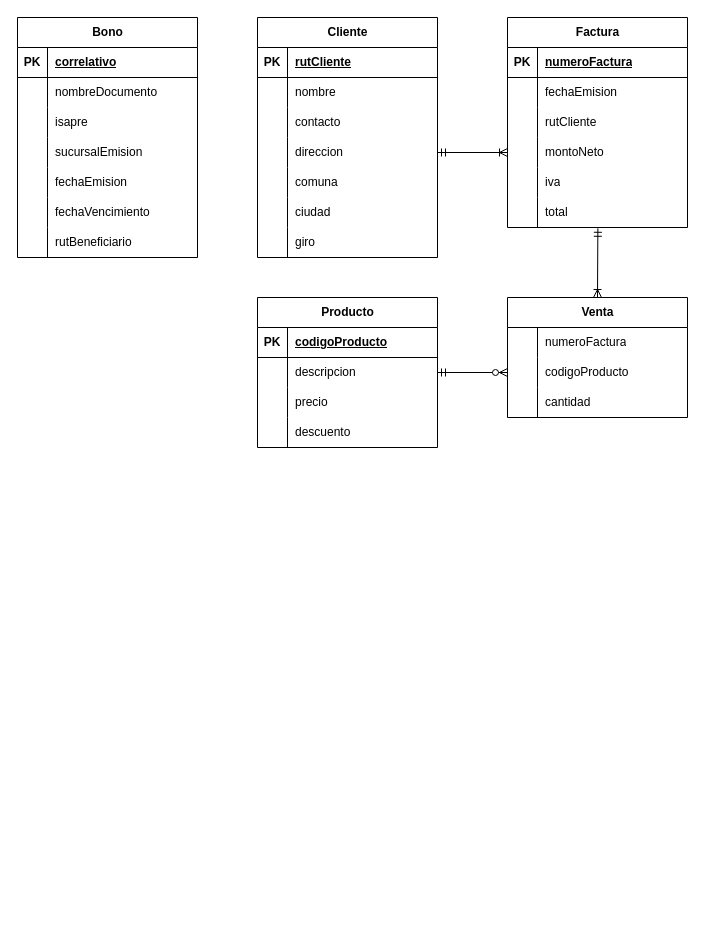
Earlier version of the draw.io diagram tarea22.drawio (C-bastian-compila/diagrams.net). Source tidied: cells renumbered, new cells numbered last; positions are measured from the earlier drawing's top-left corner, leaving out a move shared by most shapes. Both pictures are drawn from the tidied source at 100%, with x=0, y=0 at pixel (17, 17).
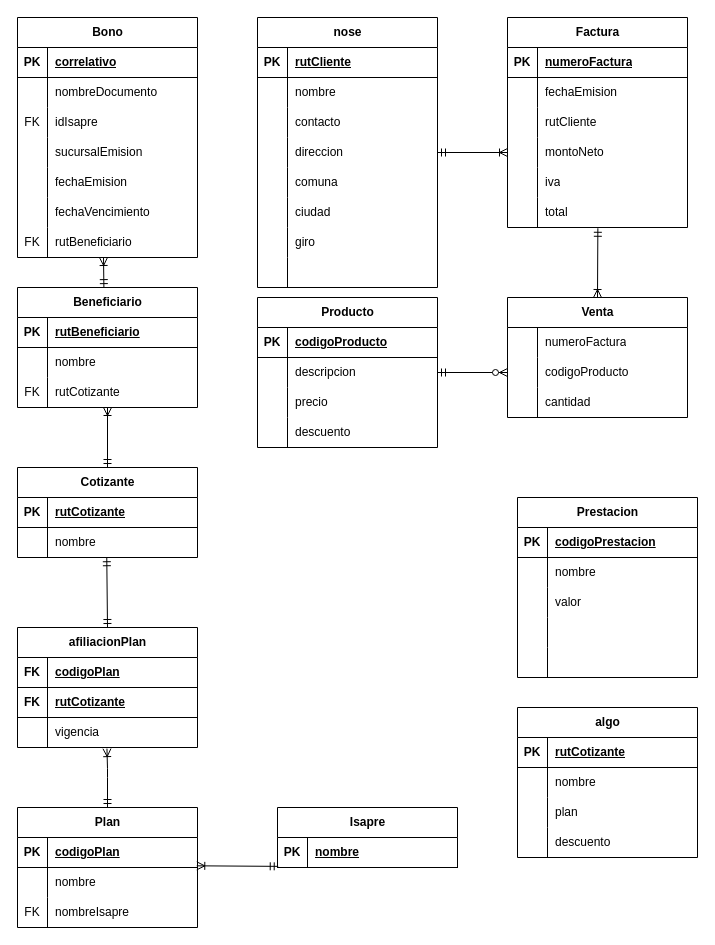
After the change.

The change refers to these unchanged cells:
```xml
<mxCell id="76" style="shape=tableRow;horizontal=0;startSize=0;swimlaneHead=0;swimlaneBody=0;fillColor=none;top=0;left=0;right=0;bottom=0;" parent="69" vertex="1">
  <mxGeometry y="90" width="180" height="30" as="geometry" />
</mxCell>
<mxCell id="88" style="shape=tableRow;horizontal=0;startSize=0;swimlaneHead=0;swimlaneBody=0;fillColor=none;top=0;left=0;right=0;bottom=0;" parent="69" vertex="1">
  <mxGeometry y="210" width="180" height="30" as="geometry" />
</mxCell>
```

Diff of the diagram source:
```diff
@@
-    <mxCell id="31" value="Cliente" style="shape=table;startSize=30;childLayout=tableLayout;rowLines=0;fontStyle=1;align=center;html=1;" parent="1" vertex="1">
-      <mxGeometry x="240" width="180" height="240" as="geometry" />
+    <mxCell id="31" value="nose" style="shape=table;startSize=30;childLayout=tableLayout;rowLines=0;fontStyle=1;align=center;html=1;" parent="1" vertex="1">
+      <mxGeometry x="240" width="180" height="270" as="geometry" />
     </mxCell>
@@
+    <mxCell id="91" style="shape=tableRow;horizontal=0;startSize=0;swimlaneHead=0;swimlaneBody=0;fillColor=none;top=0;left=0;right=0;bottom=0;" parent="31" vertex="1">
+      <mxGeometry y="240" width="180" height="30" as="geometry" />
+    </mxCell>
+    <mxCell id="92" style="shape=partialRectangle;fillColor=none;top=0;left=0;bottom=0;right=0;overflow=hidden;whiteSpace=wrap;html=1;" parent="91" vertex="1">
+      <mxGeometry width="30" height="30" as="geometry" />
+    </mxCell>
+    <mxCell id="93" style="shape=partialRectangle;fillColor=none;top=0;left=0;bottom=0;right=0;align=left;spacingLeft=6;overflow=hidden;whiteSpace=wrap;html=1;" parent="91" vertex="1">
+      <mxGeometry x="30" width="150" height="30" as="geometry" />
+    </mxCell>
@@
-    <mxCell id="77" style="shape=partialRectangle;fillColor=none;top=0;left=0;bottom=0;right=0;overflow=hidden;whiteSpace=wrap;html=1;" parent="76" vertex="1">
+    <mxCell id="77" value="FK" style="shape=partialRectangle;fillColor=none;top=0;left=0;bottom=0;right=0;overflow=hidden;whiteSpace=wrap;html=1;" parent="76" vertex="1">
       <mxGeometry width="30" height="30" as="geometry" />
     </mxCell>
-    <mxCell id="78" value="isapre" style="shape=partialRectangle;fillColor=none;top=0;left=0;bottom=0;right=0;align=left;spacingLeft=6;overflow=hidden;whiteSpace=wrap;html=1;" parent="76" vertex="1">
+    <mxCell id="78" value="idIsapre" style="shape=partialRectangle;fillColor=none;top=0;left=0;bottom=0;right=0;align=left;spacingLeft=6;overflow=hidden;whiteSpace=wrap;html=1;" parent="76" vertex="1">
       <mxGeometry x="30" width="150" height="30" as="geometry" />
     </mxCell>
@@
-    <mxCell id="89" style="shape=partialRectangle;fillColor=none;top=0;left=0;bottom=0;right=0;overflow=hidden;whiteSpace=wrap;html=1;" parent="88" vertex="1">
+    <mxCell id="89" value="FK" style="shape=partialRectangle;fillColor=none;top=0;left=0;bottom=0;right=0;overflow=hidden;whiteSpace=wrap;html=1;" parent="88" vertex="1">
       <mxGeometry width="30" height="30" as="geometry" />
     </mxCell>
@@
+    <mxCell id="94" value="Prestacion" style="shape=table;startSize=30;childLayout=tableLayout;rowLines=0;fontStyle=1;align=center;html=1;" parent="1" vertex="1">
+      <mxGeometry x="500" y="480" width="180" height="180" as="geometry" />
+    </mxCell>
+    <mxCell id="95" style="shape=tableRow;horizontal=0;startSize=0;swimlaneHead=0;swimlaneBody=0;fillColor=none;top=0;left=0;right=0;bottom=1;" parent="94" vertex="1">
+      <mxGeometry y="30" width="180" height="30" as="geometry" />
+    </mxCell>
+    <mxCell id="96" value="PK" style="shape=partialRectangle;fillColor=none;top=0;left=0;bottom=0;right=0;fontStyle=1;overflow=hidden;whiteSpace=wrap;html=1;" parent="95" vertex="1">
+      <mxGeometry width="30" height="30" as="geometry" />
+    </mxCell>
+    <mxCell id="97" value="codigoPrestacion" style="shape=partialRectangle;fillColor=none;top=0;left=0;bottom=0;right=0;align=left;spacingLeft=6;fontStyle=5;overflow=hidden;whiteSpace=wrap;html=1;" parent="95" vertex="1">
+      <mxGeometry x="30" width="150" height="30" as="geometry" />
+    </mxCell>
+    <mxCell id="98" style="shape=tableRow;horizontal=0;startSize=0;swimlaneHead=0;swimlaneBody=0;fillColor=none;top=0;left=0;right=0;bottom=0;" parent="94" vertex="1">
+      <mxGeometry y="60" width="180" height="30" as="geometry" />
+    </mxCell>
+    <mxCell id="99" style="shape=partialRectangle;fillColor=none;top=0;left=0;bottom=0;right=0;overflow=hidden;whiteSpace=wrap;html=1;" parent="98" vertex="1">
+      <mxGeometry width="30" height="30" as="geometry" />
+    </mxCell>
+    <mxCell id="100" value="nombre" style="shape=partialRectangle;fillColor=none;top=0;left=0;bottom=0;right=0;align=left;spacingLeft=6;overflow=hidden;whiteSpace=wrap;html=1;" parent="98" vertex="1">
+      <mxGeometry x="30" width="150" height="30" as="geometry" />
+    </mxCell>
+    <mxCell id="101" style="shape=tableRow;horizontal=0;startSize=0;swimlaneHead=0;swimlaneBody=0;fillColor=none;top=0;left=0;right=0;bottom=0;" parent="94" vertex="1">
+      <mxGeometry y="90" width="180" height="30" as="geometry" />
+    </mxCell>
+    <mxCell id="102" style="shape=partialRectangle;fillColor=none;top=0;left=0;bottom=0;right=0;overflow=hidden;whiteSpace=wrap;html=1;" parent="101" vertex="1">
+      <mxGeometry width="30" height="30" as="geometry" />
+    </mxCell>
+    <mxCell id="103" value="valor" style="shape=partialRectangle;fillColor=none;top=0;left=0;bottom=0;right=0;align=left;spacingLeft=6;overflow=hidden;whiteSpace=wrap;html=1;" parent="101" vertex="1">
+      <mxGeometry x="30" width="150" height="30" as="geometry" />
+    </mxCell>
+    <mxCell id="104" style="shape=tableRow;horizontal=0;startSize=0;swimlaneHead=0;swimlaneBody=0;fillColor=none;top=0;left=0;right=0;bottom=0;" parent="94" vertex="1">
+      <mxGeometry y="120" width="180" height="30" as="geometry" />
+    </mxCell>
+    <mxCell id="105" style="shape=partialRectangle;fillColor=none;top=0;left=0;bottom=0;right=0;overflow=hidden;whiteSpace=wrap;html=1;" parent="104" vertex="1">
+      <mxGeometry width="30" height="30" as="geometry" />
+    </mxCell>
+    <mxCell id="106" style="shape=partialRectangle;fillColor=none;top=0;left=0;bottom=0;right=0;align=left;spacingLeft=6;overflow=hidden;whiteSpace=wrap;html=1;" parent="104" vertex="1">
+      <mxGeometry x="30" width="150" height="30" as="geometry" />
+    </mxCell>
+    <mxCell id="107" style="shape=tableRow;horizontal=0;startSize=0;swimlaneHead=0;swimlaneBody=0;fillColor=none;top=0;left=0;right=0;bottom=0;" parent="94" vertex="1">
+      <mxGeometry y="150" width="180" height="30" as="geometry" />
+    </mxCell>
+    <mxCell id="108" style="shape=partialRectangle;fillColor=none;top=0;left=0;bottom=0;right=0;overflow=hidden;whiteSpace=wrap;html=1;" parent="107" vertex="1">
+      <mxGeometry width="30" height="30" as="geometry" />
+    </mxCell>
+    <mxCell id="109" style="shape=partialRectangle;fillColor=none;top=0;left=0;bottom=0;right=0;align=left;spacingLeft=6;overflow=hidden;whiteSpace=wrap;html=1;" parent="107" vertex="1">
+      <mxGeometry x="30" width="150" height="30" as="geometry" />
+    </mxCell>
+    <mxCell id="110" value="Isapre" style="shape=table;startSize=30;childLayout=tableLayout;rowLines=0;fontStyle=1;align=center;html=1;" parent="1" vertex="1">
+      <mxGeometry x="260" y="790" width="180" height="60" as="geometry" />
+    </mxCell>
+    <mxCell id="111" style="shape=tableRow;horizontal=0;startSize=0;swimlaneHead=0;swimlaneBody=0;fillColor=none;points=[[0,0.5],[1,0.5]];portConstraint=eastwest;top=0;left=0;right=0;bottom=1;" parent="110" vertex="1">
+      <mxGeometry y="30" width="180" height="30" as="geometry" />
+    </mxCell>
+    <mxCell id="112" value="PK" style="shape=partialRectangle;fillColor=none;top=0;left=0;bottom=0;right=0;fontStyle=1;overflow=hidden;whiteSpace=wrap;html=1;" parent="111" vertex="1">
+      <mxGeometry width="30" height="30" as="geometry" />
+    </mxCell>
+    <mxCell id="113" value="nombre" style="shape=partialRectangle;fillColor=none;top=0;left=0;bottom=0;right=0;align=left;spacingLeft=6;fontStyle=5;overflow=hidden;whiteSpace=wrap;html=1;" parent="111" vertex="1">
+      <mxGeometry x="30" width="150" height="30" as="geometry" />
+    </mxCell>
+    <mxCell id="114" value="Cotizante" style="shape=table;startSize=30;childLayout=tableLayout;rowLines=0;fontStyle=1;align=center;html=1;" parent="1" vertex="1">
+      <mxGeometry y="450" width="180" height="90" as="geometry" />
+    </mxCell>
+    <mxCell id="115" style="shape=tableRow;horizontal=0;startSize=0;swimlaneHead=0;swimlaneBody=0;fillColor=none;top=0;left=0;right=0;bottom=1;" parent="114" vertex="1">
+      <mxGeometry y="30" width="180" height="30" as="geometry" />
+    </mxCell>
+    <mxCell id="116" value="PK" style="shape=partialRectangle;fillColor=none;top=0;left=0;bottom=0;right=0;fontStyle=1;overflow=hidden;whiteSpace=wrap;html=1;" parent="115" vertex="1">
+      <mxGeometry width="30" height="30" as="geometry" />
+    </mxCell>
+    <mxCell id="117" value="rutCotizante" style="shape=partialRectangle;fillColor=none;top=0;left=0;bottom=0;right=0;align=left;spacingLeft=6;fontStyle=5;overflow=hidden;whiteSpace=wrap;html=1;" parent="115" vertex="1">
+      <mxGeometry x="30" width="150" height="30" as="geometry" />
+    </mxCell>
+    <mxCell id="118" style="shape=tableRow;horizontal=0;startSize=0;swimlaneHead=0;swimlaneBody=0;fillColor=none;points=[[0,0.5],[1,0.5]];portConstraint=eastwest;top=0;left=0;right=0;bottom=0;" parent="114" vertex="1">
+      <mxGeometry y="60" width="180" height="30" as="geometry" />
+    </mxCell>
+    <mxCell id="119" style="shape=partialRectangle;fillColor=none;top=0;left=0;bottom=0;right=0;overflow=hidden;whiteSpace=wrap;html=1;" parent="118" vertex="1">
+      <mxGeometry width="30" height="30" as="geometry" />
+    </mxCell>
+    <mxCell id="120" value="nombre" style="shape=partialRectangle;fillColor=none;top=0;left=0;bottom=0;right=0;align=left;spacingLeft=6;overflow=hidden;whiteSpace=wrap;html=1;" parent="118" vertex="1">
+      <mxGeometry x="30" width="150" height="30" as="geometry" />
+    </mxCell>
+    <mxCell id="121" value="algo" style="shape=table;startSize=30;childLayout=tableLayout;rowLines=0;fontStyle=1;align=center;html=1;" parent="1" vertex="1">
+      <mxGeometry x="500" y="690" width="180" height="150" as="geometry" />
+    </mxCell>
+    <mxCell id="122" style="shape=tableRow;horizontal=0;startSize=0;swimlaneHead=0;swimlaneBody=0;fillColor=none;top=0;left=0;right=0;bottom=1;" parent="121" vertex="1">
+      <mxGeometry y="30" width="180" height="30" as="geometry" />
+    </mxCell>
+    <mxCell id="123" value="PK" style="shape=partialRectangle;fillColor=none;top=0;left=0;bottom=0;right=0;fontStyle=1;overflow=hidden;whiteSpace=wrap;html=1;" parent="122" vertex="1">
+      <mxGeometry width="30" height="30" as="geometry" />
+    </mxCell>
+    <mxCell id="124" value="rutCotizante" style="shape=partialRectangle;fillColor=none;top=0;left=0;bottom=0;right=0;align=left;spacingLeft=6;fontStyle=5;overflow=hidden;whiteSpace=wrap;html=1;" parent="122" vertex="1">
+      <mxGeometry x="30" width="150" height="30" as="geometry" />
+    </mxCell>
+    <mxCell id="125" style="shape=tableRow;horizontal=0;startSize=0;swimlaneHead=0;swimlaneBody=0;fillColor=none;top=0;left=0;right=0;bottom=0;" parent="121" vertex="1">
+      <mxGeometry y="60" width="180" height="30" as="geometry" />
+    </mxCell>
+    <mxCell id="126" style="shape=partialRectangle;fillColor=none;top=0;left=0;bottom=0;right=0;overflow=hidden;whiteSpace=wrap;html=1;" parent="125" vertex="1">
+      <mxGeometry width="30" height="30" as="geometry" />
+    </mxCell>
+    <mxCell id="127" value="nombre" style="shape=partialRectangle;fillColor=none;top=0;left=0;bottom=0;right=0;align=left;spacingLeft=6;overflow=hidden;whiteSpace=wrap;html=1;" parent="125" vertex="1">
+      <mxGeometry x="30" width="150" height="30" as="geometry" />
+    </mxCell>
+    <mxCell id="128" style="shape=tableRow;horizontal=0;startSize=0;swimlaneHead=0;swimlaneBody=0;fillColor=none;top=0;left=0;right=0;bottom=0;" parent="121" vertex="1">
+      <mxGeometry y="90" width="180" height="30" as="geometry" />
+    </mxCell>
+    <mxCell id="129" style="shape=partialRectangle;fillColor=none;top=0;left=0;bottom=0;right=0;overflow=hidden;whiteSpace=wrap;html=1;" parent="128" vertex="1">
+      <mxGeometry width="30" height="30" as="geometry" />
+    </mxCell>
+    <mxCell id="130" value="plan" style="shape=partialRectangle;fillColor=none;top=0;left=0;bottom=0;right=0;align=left;spacingLeft=6;overflow=hidden;whiteSpace=wrap;html=1;" parent="128" vertex="1">
+      <mxGeometry x="30" width="150" height="30" as="geometry" />
+    </mxCell>
+    <mxCell id="131" style="shape=tableRow;horizontal=0;startSize=0;swimlaneHead=0;swimlaneBody=0;fillColor=none;top=0;left=0;right=0;bottom=0;" parent="121" vertex="1">
+      <mxGeometry y="120" width="180" height="30" as="geometry" />
+    </mxCell>
+    <mxCell id="132" style="shape=partialRectangle;fillColor=none;top=0;left=0;bottom=0;right=0;overflow=hidden;whiteSpace=wrap;html=1;" parent="131" vertex="1">
+      <mxGeometry width="30" height="30" as="geometry" />
+    </mxCell>
+    <mxCell id="133" value="descuento" style="shape=partialRectangle;fillColor=none;top=0;left=0;bottom=0;right=0;align=left;spacingLeft=6;overflow=hidden;whiteSpace=wrap;html=1;" parent="131" vertex="1">
+      <mxGeometry x="30" width="150" height="30" as="geometry" />
+    </mxCell>
+    <mxCell id="134" value="Plan" style="shape=table;startSize=30;childLayout=tableLayout;rowLines=0;fontStyle=1;align=center;html=1;" parent="1" vertex="1">
+      <mxGeometry y="790" width="180" height="120" as="geometry" />
+    </mxCell>
+    <mxCell id="135" style="shape=tableRow;horizontal=0;startSize=0;swimlaneHead=0;swimlaneBody=0;fillColor=none;points=[[0,0.5],[1,0.5]];portConstraint=eastwest;top=0;left=0;right=0;bottom=1;" parent="134" vertex="1">
+      <mxGeometry y="30" width="180" height="30" as="geometry" />
+    </mxCell>
+    <mxCell id="136" value="PK" style="shape=partialRectangle;fillColor=none;top=0;left=0;bottom=0;right=0;fontStyle=1;overflow=hidden;whiteSpace=wrap;html=1;" parent="135" vertex="1">
+      <mxGeometry width="30" height="30" as="geometry" />
+    </mxCell>
+    <mxCell id="137" value="codigoPlan" style="shape=partialRectangle;fillColor=none;top=0;left=0;bottom=0;right=0;align=left;spacingLeft=6;fontStyle=5;overflow=hidden;whiteSpace=wrap;html=1;" parent="135" vertex="1">
+      <mxGeometry x="30" width="150" height="30" as="geometry" />
+    </mxCell>
+    <mxCell id="138" style="shape=tableRow;horizontal=0;startSize=0;swimlaneHead=0;swimlaneBody=0;fillColor=none;top=0;left=0;right=0;bottom=0;" parent="134" vertex="1">
+      <mxGeometry y="60" width="180" height="30" as="geometry" />
+    </mxCell>
+    <mxCell id="139" style="shape=partialRectangle;fillColor=none;top=0;left=0;bottom=0;right=0;overflow=hidden;whiteSpace=wrap;html=1;" parent="138" vertex="1">
+      <mxGeometry width="30" height="30" as="geometry" />
+    </mxCell>
+    <mxCell id="140" value="nombre" style="shape=partialRectangle;fillColor=none;top=0;left=0;bottom=0;right=0;align=left;spacingLeft=6;overflow=hidden;whiteSpace=wrap;html=1;" parent="138" vertex="1">
+      <mxGeometry x="30" width="150" height="30" as="geometry" />
+    </mxCell>
+    <mxCell id="141" style="shape=tableRow;horizontal=0;startSize=0;swimlaneHead=0;swimlaneBody=0;fillColor=none;top=0;left=0;right=0;bottom=0;" parent="134" vertex="1">
+      <mxGeometry y="90" width="180" height="30" as="geometry" />
+    </mxCell>
+    <mxCell id="142" value="FK" style="shape=partialRectangle;fillColor=none;top=0;left=0;bottom=0;right=0;overflow=hidden;whiteSpace=wrap;html=1;" parent="141" vertex="1">
+      <mxGeometry width="30" height="30" as="geometry" />
+    </mxCell>
+    <mxCell id="143" value="nombreIsapre" style="shape=partialRectangle;fillColor=none;top=0;left=0;bottom=0;right=0;align=left;spacingLeft=6;overflow=hidden;whiteSpace=wrap;html=1;" parent="141" vertex="1">
+      <mxGeometry x="30" width="150" height="30" as="geometry" />
+    </mxCell>
+    <mxCell id="144" value="Beneficiario" style="shape=table;startSize=30;childLayout=tableLayout;rowLines=0;fontStyle=1;align=center;html=1;" parent="1" vertex="1">
+      <mxGeometry y="270" width="180" height="120" as="geometry" />
+    </mxCell>
+    <mxCell id="145" style="shape=tableRow;horizontal=0;startSize=0;swimlaneHead=0;swimlaneBody=0;fillColor=none;top=0;left=0;right=0;bottom=1;" parent="144" vertex="1">
+      <mxGeometry y="30" width="180" height="30" as="geometry" />
+    </mxCell>
+    <mxCell id="146" value="PK" style="shape=partialRectangle;fillColor=none;top=0;left=0;bottom=0;right=0;fontStyle=1;overflow=hidden;whiteSpace=wrap;html=1;" parent="145" vertex="1">
+      <mxGeometry width="30" height="30" as="geometry" />
+    </mxCell>
+    <mxCell id="147" value="rutBeneficiario" style="shape=partialRectangle;fillColor=none;top=0;left=0;bottom=0;right=0;align=left;spacingLeft=6;fontStyle=5;overflow=hidden;whiteSpace=wrap;html=1;" parent="145" vertex="1">
+      <mxGeometry x="30" width="150" height="30" as="geometry" />
+    </mxCell>
+    <mxCell id="148" style="shape=tableRow;horizontal=0;startSize=0;swimlaneHead=0;swimlaneBody=0;fillColor=none;top=0;left=0;right=0;bottom=0;" parent="144" vertex="1">
+      <mxGeometry y="60" width="180" height="30" as="geometry" />
+    </mxCell>
+    <mxCell id="149" style="shape=partialRectangle;fillColor=none;top=0;left=0;bottom=0;right=0;overflow=hidden;whiteSpace=wrap;html=1;" parent="148" vertex="1">
+      <mxGeometry width="30" height="30" as="geometry" />
+    </mxCell>
+    <mxCell id="150" value="nombre" style="shape=partialRectangle;fillColor=none;top=0;left=0;bottom=0;right=0;align=left;spacingLeft=6;overflow=hidden;whiteSpace=wrap;html=1;" parent="148" vertex="1">
+      <mxGeometry x="30" width="150" height="30" as="geometry" />
+    </mxCell>
+    <mxCell id="151" style="shape=tableRow;horizontal=0;startSize=0;swimlaneHead=0;swimlaneBody=0;fillColor=none;points=[[0,0.5],[1,0.5]];portConstraint=eastwest;top=0;left=0;right=0;bottom=0;" parent="144" vertex="1">
+      <mxGeometry y="90" width="180" height="30" as="geometry" />
+    </mxCell>
+    <mxCell id="152" value="FK" style="shape=partialRectangle;fillColor=none;top=0;left=0;bottom=0;right=0;overflow=hidden;whiteSpace=wrap;html=1;" parent="151" vertex="1">
+      <mxGeometry width="30" height="30" as="geometry" />
+    </mxCell>
+    <mxCell id="153" value="rutCotizante" style="shape=partialRectangle;fillColor=none;top=0;left=0;bottom=0;right=0;align=left;spacingLeft=6;overflow=hidden;whiteSpace=wrap;html=1;" parent="151" vertex="1">
+      <mxGeometry x="30" width="150" height="30" as="geometry" />
+    </mxCell>
+    <mxCell id="154" style="fontSize=12;html=1;endArrow=ERoneToMany;startArrow=ERmandOne;rounded=0;exitX=0.48;exitY=0.001;exitDx=0;exitDy=0;exitPerimeter=0;" parent="1" edge="1" source="144">
+      <mxGeometry relative="1" as="geometry">
+        <mxPoint x="86" y="240" as="targetPoint" />
+      </mxGeometry>
+    </mxCell>
+    <mxCell id="155" style="fontSize=12;html=1;endArrow=ERoneToMany;startArrow=ERmandOne;rounded=0;exitX=0.5;exitY=0;exitDx=0;exitDy=0;" parent="1" edge="1" source="114" target="151">
+      <mxGeometry relative="1" as="geometry" />
+    </mxCell>
+    <mxCell id="156" value="afiliacionPlan" style="shape=table;startSize=30;childLayout=tableLayout;rowLines=0;fontStyle=1;align=center;html=1;" parent="1" vertex="1">
+      <mxGeometry y="610" width="180" height="120" as="geometry" />
+    </mxCell>
+    <mxCell id="157" style="shape=tableRow;horizontal=0;startSize=0;swimlaneHead=0;swimlaneBody=0;fillColor=none;top=0;left=0;right=0;bottom=1;" parent="156" vertex="1">
+      <mxGeometry y="30" width="180" height="30" as="geometry" />
+    </mxCell>
+    <mxCell id="158" value="FK" style="shape=partialRectangle;fillColor=none;top=0;left=0;bottom=0;right=0;fontStyle=1;overflow=hidden;whiteSpace=wrap;html=1;" parent="157" vertex="1">
+      <mxGeometry width="30" height="30" as="geometry" />
+    </mxCell>
+    <mxCell id="159" value="codigoPlan" style="shape=partialRectangle;fillColor=none;top=0;left=0;bottom=0;right=0;align=left;spacingLeft=6;fontStyle=5;overflow=hidden;whiteSpace=wrap;html=1;" parent="157" vertex="1">
+      <mxGeometry x="30" width="150" height="30" as="geometry" />
+    </mxCell>
+    <mxCell id="160" style="shape=tableRow;horizontal=0;startSize=0;swimlaneHead=0;swimlaneBody=0;fillColor=none;top=0;left=0;right=0;bottom=1;" parent="156" vertex="1">
+      <mxGeometry y="60" width="180" height="30" as="geometry" />
+    </mxCell>
+    <mxCell id="161" value="FK" style="shape=partialRectangle;fillColor=none;top=0;left=0;bottom=0;right=0;fontStyle=1;overflow=hidden;whiteSpace=wrap;html=1;" parent="160" vertex="1">
+      <mxGeometry width="30" height="30" as="geometry" />
+    </mxCell>
+    <mxCell id="162" value="rutCotizante" style="shape=partialRectangle;fillColor=none;top=0;left=0;bottom=0;right=0;align=left;spacingLeft=6;fontStyle=5;overflow=hidden;whiteSpace=wrap;html=1;" parent="160" vertex="1">
+      <mxGeometry x="30" width="150" height="30" as="geometry" />
+    </mxCell>
+    <mxCell id="163" style="shape=tableRow;horizontal=0;startSize=0;swimlaneHead=0;swimlaneBody=0;fillColor=none;points=[[0,0.5],[1,0.5]];portConstraint=eastwest;top=0;left=0;right=0;bottom=0;" parent="156" vertex="1">
+      <mxGeometry y="90" width="180" height="30" as="geometry" />
+    </mxCell>
+    <mxCell id="164" style="shape=partialRectangle;fillColor=none;top=0;left=0;bottom=0;right=0;overflow=hidden;whiteSpace=wrap;html=1;" parent="163" vertex="1">
+      <mxGeometry width="30" height="30" as="geometry" />
+    </mxCell>
+    <mxCell id="165" value="vigencia" style="shape=partialRectangle;fillColor=none;top=0;left=0;bottom=0;right=0;align=left;spacingLeft=6;overflow=hidden;whiteSpace=wrap;html=1;" parent="163" vertex="1">
+      <mxGeometry x="30" width="150" height="30" as="geometry" />
+    </mxCell>
+    <mxCell id="166" style="fontSize=12;html=1;endArrow=ERoneToMany;startArrow=ERmandOne;rounded=0;exitX=0.5;exitY=0;exitDx=0;exitDy=0;entryX=0.497;entryY=1.037;entryDx=0;entryDy=0;entryPerimeter=0;" parent="1" edge="1" source="134" target="163">
+      <mxGeometry relative="1" as="geometry">
+        <Array as="points">
+          <mxPoint x="90" y="760" />
+          <mxPoint x="90" y="751" />
+        </Array>
+      </mxGeometry>
+    </mxCell>
+    <mxCell id="167" style="fontSize=12;html=1;endArrow=ERmandOne;startArrow=ERmandOne;rounded=0;entryX=0.5;entryY=0;entryDx=0;entryDy=0;exitX=0.496;exitY=1.008;exitDx=0;exitDy=0;exitPerimeter=0;" parent="1" edge="1" source="118" target="156">
+      <mxGeometry relative="1" as="geometry" />
+    </mxCell>
+    <mxCell id="168" style="fontSize=12;html=1;endArrow=ERoneToMany;startArrow=ERmandOne;rounded=0;entryX=0.996;entryY=0.944;entryDx=0;entryDy=0;entryPerimeter=0;exitX=0.004;exitY=0.962;exitDx=0;exitDy=0;exitPerimeter=0;" parent="1" edge="1" source="111" target="135">
+      <mxGeometry relative="1" as="geometry" />
+    </mxCell>
```
